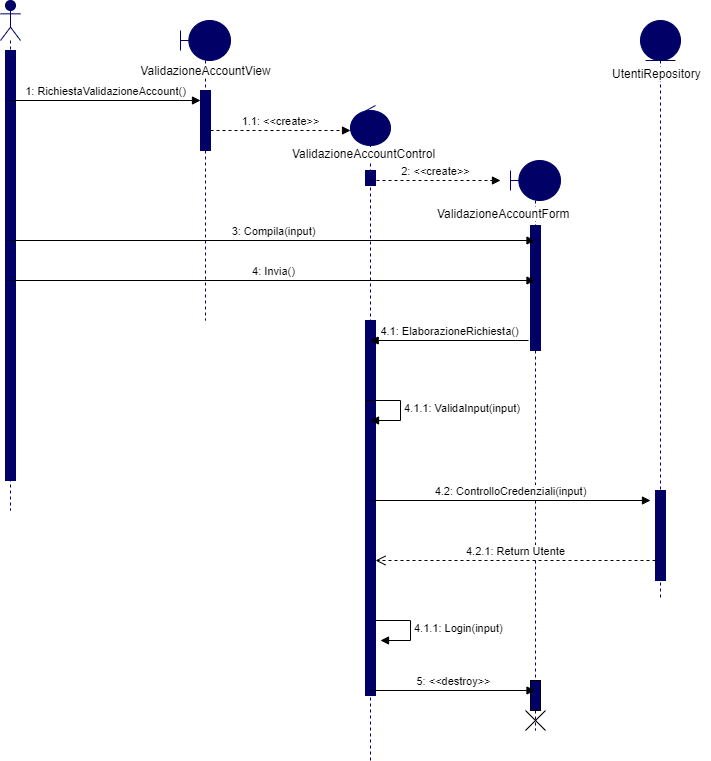
Above: Documenti/RAD/Sequence Diagram/Autenticazione/SD Autenticazione.png in Givaa/MedQueue (draw.io), before the change. Source tidied: cells renumbered, new cells last; positions are measured from the earlier drawing's top-left corner, leaving out a move shared by most shapes.
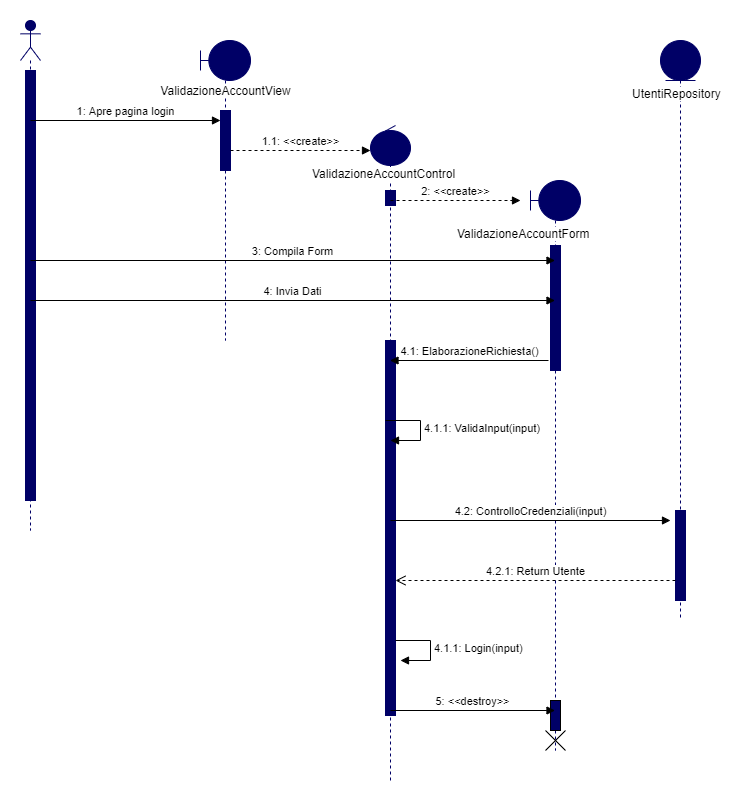
Above is the later version.

Change to the diagram source:
```diff
@@ -8,7 +8,7 @@
     <mxCell id="3" style="html=1;perimeter=orthogonalPerimeter;strokeColor=#000066;fillColor=#000066;" parent="2" vertex="1">
       <mxGeometry x="5" y="50" width="10" height="430" as="geometry" />
     </mxCell>
-    <mxCell id="4" value="1: RichiestaValidazioneAccount()" style="html=1;verticalAlign=bottom;endArrow=block;" parent="1" edge="1">
+    <mxCell id="4" value="1: Apre pagina login" style="html=1;verticalAlign=bottom;endArrow=block;" parent="1" edge="1">
       <mxGeometry relative="1" as="geometry">
         <mxPoint x="10" y="100" as="sourcePoint" />
         <mxPoint x="200" y="100" as="targetPoint" />
@@ -62,12 +62,12 @@
     <mxCell id="18" value="&lt;div style=&quot;text-align: center&quot;&gt;&lt;font face=&quot;helvetica&quot;&gt;&lt;span style=&quot;background-color: rgb(255 , 255 , 255)&quot;&gt;ValidazioneAccountForm&lt;/span&gt;&lt;/font&gt;&lt;/div&gt;" style="text;whiteSpace=wrap;html=1;" parent="1" vertex="1">
       <mxGeometry x="435" y="200" width="140" height="30" as="geometry" />
     </mxCell>
-    <mxCell id="19" value="3: Compila(input)" style="html=1;verticalAlign=bottom;endArrow=block;" parent="1" edge="1" target="14">
+    <mxCell id="19" value="3: Compila Form" style="html=1;verticalAlign=bottom;endArrow=block;" parent="1" edge="1" target="14">
       <mxGeometry relative="1" as="geometry">
         <mxPoint x="10" y="240" as="sourcePoint" />
       </mxGeometry>
     </mxCell>
-    <mxCell id="20" value="4: Invia()" style="html=1;verticalAlign=bottom;endArrow=block;" parent="1" edge="1" target="14">
+    <mxCell id="20" value="4: Invia Dati" style="html=1;verticalAlign=bottom;endArrow=block;" parent="1" edge="1" target="14">
       <mxGeometry relative="1" as="geometry">
         <mxPoint x="10" y="280" as="sourcePoint" />
       </mxGeometry>
```
